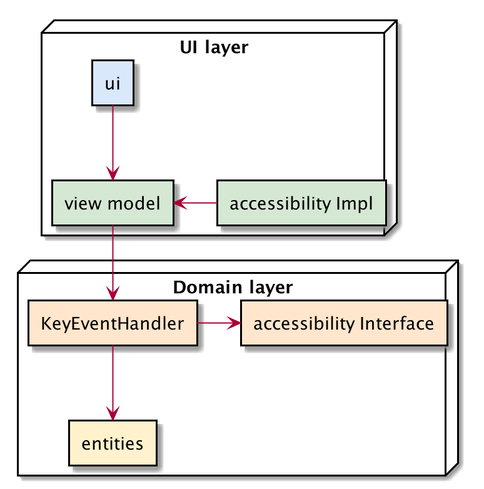
Earlier version of the PlantUML export docs/diagrams/architecture.png (miguelhincapie/AccessibilityCases).
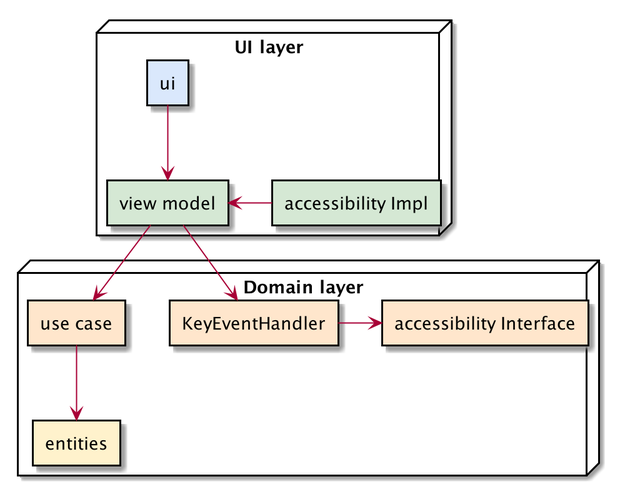
Above is the later version.

Commit message:
- Architecture diagram updated

Change to the diagram source:
```diff
@@ -9,11 +9,13 @@
     rectangle "accessibility Interface" as accDomain #FFE6CC
     rectangle "KeyEventHandler" as keyEventHandler #FFE6CC
     rectangle "entities" as entities #FFF2CC
+    rectangle "use case" as usecase #FFE6CC
 }
 
 ui --> viewmodel
 viewmodel --> keyEventHandler
-keyEventHandler --> entities
+viewmodel --> usecase
+usecase --> entities
 accUI -left-> viewmodel
 keyEventHandler -right-> accDomain
 @enduml
```
